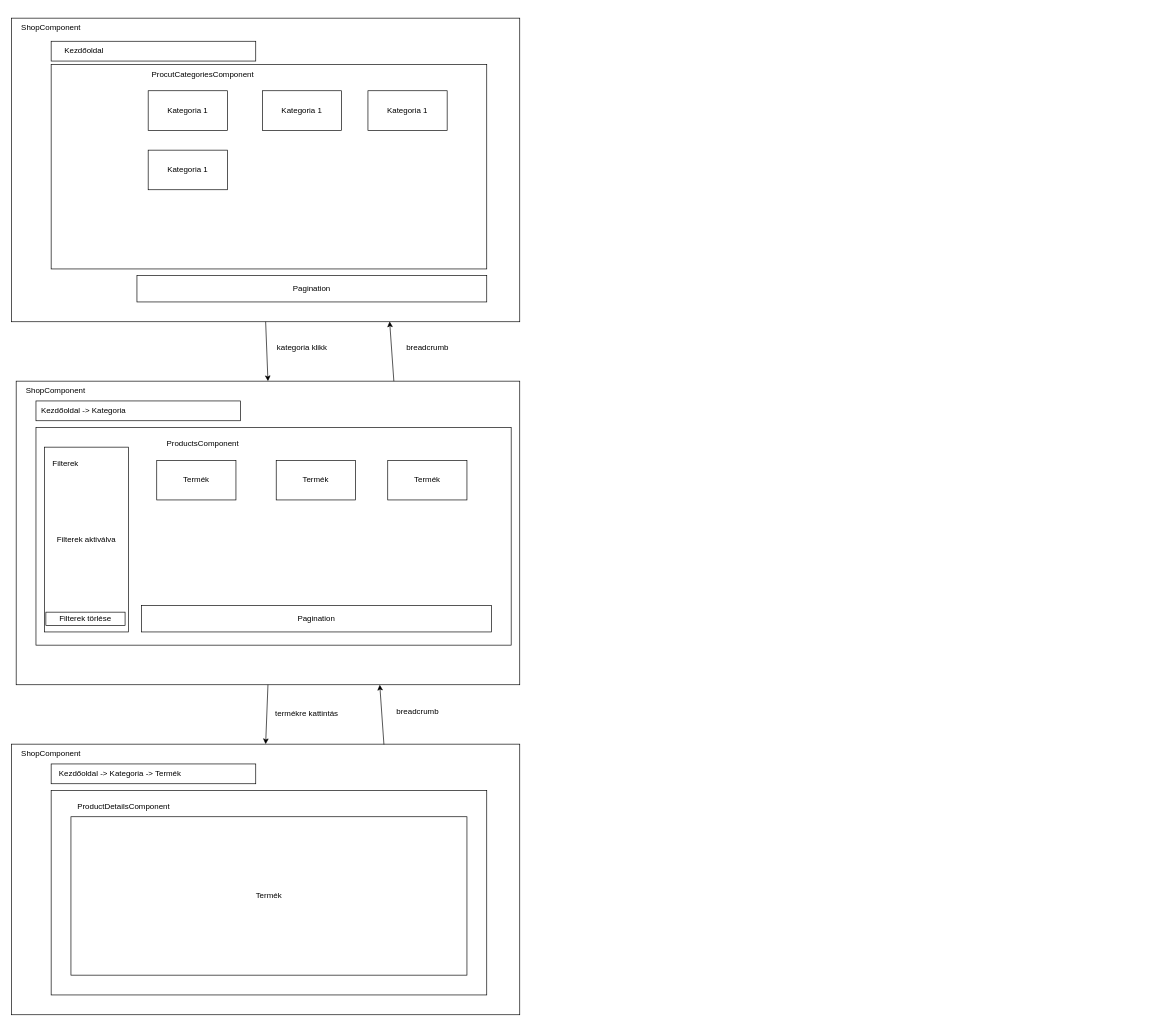
Earlier version of the draw.io diagram page "Shop structure" (3 of 4) of CurlyCircleDiagrams.drawio (Maxtr0n/CurlycircleWebshop). Source tidied: cells renumbered, new cells numbered last; positions are measured from the earlier drawing's top-left corner, leaving out a move shared by most shapes. Both pictures are drawn from the tidied source at 66%, with x=0, y=0 at pixel (11, 18).
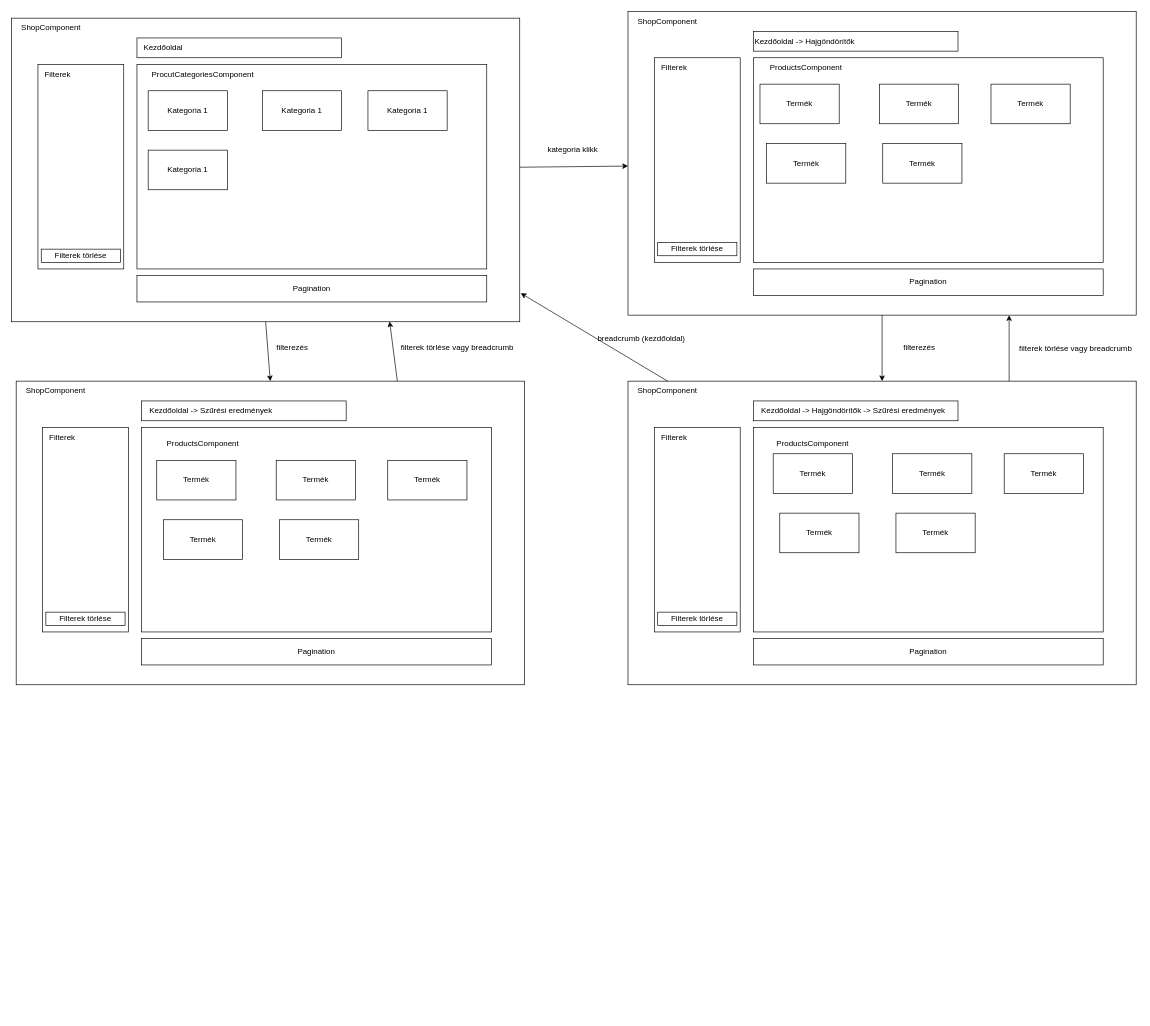
After the change.

Unchanged cells that the change refers to:
```xml
<mxCell id="2" style="rounded=0;whiteSpace=wrap;html=1;" parent="1" vertex="1">
  <mxGeometry width="770" height="460" as="geometry" />
</mxCell>
```

Change to the diagram source:
```diff
@@
+    <mxCell id="41" style="rounded=0;whiteSpace=wrap;html=1;" parent="1" vertex="1">
+      <mxGeometry x="40" y="70" width="130" height="310" as="geometry" />
+    </mxCell>
@@
     <mxCell id="4" style="rounded=0;whiteSpace=wrap;html=1;" parent="1" vertex="1">
-      <mxGeometry x="60" y="70" width="660" height="310" as="geometry" />
+      <mxGeometry x="190" y="70" width="530" height="310" as="geometry" />
     </mxCell>
+    <mxCell id="42" value="Filterek" style="text;html=1;strokeColor=none;fillColor=none;align=center;verticalAlign=middle;whiteSpace=wrap;rounded=0;" parent="1" vertex="1">
+      <mxGeometry x="40" y="70" width="60" height="30" as="geometry" />
+    </mxCell>
     <mxCell id="5" style="rounded=0;whiteSpace=wrap;html=1;" parent="1" vertex="1">
-      <mxGeometry x="60" y="35" width="310" height="30" as="geometry" />
+      <mxGeometry x="190" y="30" width="310" height="30" as="geometry" />
     </mxCell>
     <mxCell id="6" value="Kezdőoldal" style="text;html=1;strokeColor=none;fillColor=none;align=center;verticalAlign=middle;whiteSpace=wrap;rounded=0;" parent="1" vertex="1">
-      <mxGeometry x="80" y="35" width="60" height="30" as="geometry" />
+      <mxGeometry x="200" y="30" width="60" height="30" as="geometry" />
     </mxCell>
@@
+    <mxCell id="43" style="rounded=0;whiteSpace=wrap;html=1;" parent="1" vertex="1">
+      <mxGeometry x="934" y="-10" width="770" height="460" as="geometry" />
+    </mxCell>
+    <mxCell id="44" style="rounded=0;whiteSpace=wrap;html=1;" parent="1" vertex="1">
+      <mxGeometry x="974" y="60" width="130" height="310" as="geometry" />
+    </mxCell>
+    <mxCell id="45" value="ShopComponent" style="text;html=1;strokeColor=none;fillColor=none;align=center;verticalAlign=middle;whiteSpace=wrap;rounded=0;" parent="1" vertex="1">
+      <mxGeometry x="964" y="-10" width="60" height="30" as="geometry" />
+    </mxCell>
+    <mxCell id="46" style="rounded=0;whiteSpace=wrap;html=1;" parent="1" vertex="1">
+      <mxGeometry x="1124" y="60" width="530" height="310" as="geometry" />
+    </mxCell>
+    <mxCell id="47" value="Filterek" style="text;html=1;strokeColor=none;fillColor=none;align=center;verticalAlign=middle;whiteSpace=wrap;rounded=0;" parent="1" vertex="1">
+      <mxGeometry x="974" y="60" width="60" height="30" as="geometry" />
+    </mxCell>
+    <mxCell id="48" style="rounded=0;whiteSpace=wrap;html=1;" parent="1" vertex="1">
+      <mxGeometry x="1124" y="20" width="310" height="30" as="geometry" />
+    </mxCell>
+    <mxCell id="49" value="Kezdőoldal -&amp;gt; Hajgöndörítők" style="text;html=1;strokeColor=none;fillColor=none;align=left;verticalAlign=middle;whiteSpace=wrap;rounded=0;" parent="1" vertex="1">
+      <mxGeometry x="1124" y="20" width="236" height="30" as="geometry" />
+    </mxCell>
+    <mxCell id="50" value="Pagination" style="rounded=0;whiteSpace=wrap;html=1;" parent="1" vertex="1">
+      <mxGeometry x="1124" y="380" width="530" height="40" as="geometry" />
+    </mxCell>
     <mxCell id="8" style="rounded=0;whiteSpace=wrap;html=1;" parent="1" vertex="1">
-      <mxGeometry x="7" y="550" width="763" height="460" as="geometry" />
+      <mxGeometry x="7" y="550" width="770" height="460" as="geometry" />
     </mxCell>
-    <mxCell id="9" style="rounded=0;whiteSpace=wrap;html=1;" parent="1" vertex="1">
-      <mxGeometry x="37" y="620" width="720" height="330" as="geometry" />
-    </mxCell>
-    <mxCell id="10" value="Filterek aktiválva" style="rounded=0;whiteSpace=wrap;html=1;" parent="1" vertex="1">
-      <mxGeometry x="50" y="650" width="127" height="280" as="geometry" />
+    <mxCell id="10" style="rounded=0;whiteSpace=wrap;html=1;" parent="1" vertex="1">
+      <mxGeometry x="47" y="620" width="130" height="310" as="geometry" />
     </mxCell>
@@
+    <mxCell id="9" style="rounded=0;whiteSpace=wrap;html=1;" parent="1" vertex="1">
+      <mxGeometry x="197" y="620" width="530" height="310" as="geometry" />
+    </mxCell>
     <mxCell id="12" value="Filterek" style="text;html=1;strokeColor=none;fillColor=none;align=center;verticalAlign=middle;whiteSpace=wrap;rounded=0;" parent="1" vertex="1">
-      <mxGeometry x="52" y="660" width="60" height="30" as="geometry" />
+      <mxGeometry x="47" y="620" width="60" height="30" as="geometry" />
     </mxCell>
     <mxCell id="13" style="rounded=0;whiteSpace=wrap;html=1;" parent="1" vertex="1">
-      <mxGeometry x="37" y="580" width="310" height="30" as="geometry" />
+      <mxGeometry x="197" y="580" width="310" height="30" as="geometry" />
     </mxCell>
-    <mxCell id="14" value="Kezdőoldal -&amp;gt; Kategoria" style="text;html=1;strokeColor=none;fillColor=none;align=left;verticalAlign=middle;whiteSpace=wrap;rounded=0;" parent="1" vertex="1">
-      <mxGeometry x="43" y="580" width="233" height="30" as="geometry" />
+    <mxCell id="14" value="Kezdőoldal -&amp;gt; Szűrési eredmények" style="text;html=1;strokeColor=none;fillColor=none;align=left;verticalAlign=middle;whiteSpace=wrap;rounded=0;" parent="1" vertex="1">
+      <mxGeometry x="207" y="580" width="233" height="30" as="geometry" />
     </mxCell>
     <mxCell id="15" value="Pagination" style="rounded=0;whiteSpace=wrap;html=1;" parent="1" vertex="1">
-      <mxGeometry x="197" y="890" width="530" height="40" as="geometry" />
+      <mxGeometry x="197" y="940" width="530" height="40" as="geometry" />
     </mxCell>
@@
+    <mxCell id="51" value="Termék" style="rounded=0;whiteSpace=wrap;html=1;" parent="1" vertex="1">
+      <mxGeometry x="1134" y="100" width="120" height="60" as="geometry" />
+    </mxCell>
+    <mxCell id="52" value="Termék" style="rounded=0;whiteSpace=wrap;html=1;" parent="1" vertex="1">
+      <mxGeometry x="1320" y="190" width="120" height="60" as="geometry" />
+    </mxCell>
+    <mxCell id="53" value="Termék" style="rounded=0;whiteSpace=wrap;html=1;" parent="1" vertex="1">
+      <mxGeometry x="1144" y="190" width="120" height="60" as="geometry" />
+    </mxCell>
+    <mxCell id="54" value="Termék" style="rounded=0;whiteSpace=wrap;html=1;" parent="1" vertex="1">
+      <mxGeometry x="1484" y="100" width="120" height="60" as="geometry" />
+    </mxCell>
+    <mxCell id="55" value="Termék" style="rounded=0;whiteSpace=wrap;html=1;" parent="1" vertex="1">
+      <mxGeometry x="1315" y="100" width="120" height="60" as="geometry" />
+    </mxCell>
+    <mxCell id="56" style="endArrow=classic;html=1;rounded=0;" parent="1" edge="1" source="2" target="43">
+      <mxGeometry relative="1" as="geometry" />
+    </mxCell>
+    <mxCell id="57" value="kategoria klikk" style="text;html=1;align=center;verticalAlign=middle;strokeColor=none;fillColor=none;" parent="1" vertex="1">
+      <mxGeometry x="800" y="185" width="100" height="30" as="geometry" />
+    </mxCell>
@@
-    <mxCell id="21" value="kategoria klikk" style="text;html=1;align=center;verticalAlign=middle;strokeColor=none;fillColor=none;" parent="1" vertex="1">
-      <mxGeometry x="390" y="485" width="100" height="30" as="geometry" />
+    <mxCell id="21" value="filterezés" style="text;html=1;align=center;verticalAlign=middle;strokeColor=none;fillColor=none;" parent="1" vertex="1">
+      <mxGeometry x="390" y="485" width="70" height="30" as="geometry" />
     </mxCell>
+    <mxCell id="58" style="rounded=0;whiteSpace=wrap;html=1;" parent="1" vertex="1">
+      <mxGeometry x="934" y="550" width="770" height="460" as="geometry" />
+    </mxCell>
+    <mxCell id="59" style="rounded=0;whiteSpace=wrap;html=1;" parent="1" vertex="1">
+      <mxGeometry x="974" y="620" width="130" height="310" as="geometry" />
+    </mxCell>
+    <mxCell id="60" value="ShopComponent" style="text;html=1;strokeColor=none;fillColor=none;align=center;verticalAlign=middle;whiteSpace=wrap;rounded=0;" parent="1" vertex="1">
+      <mxGeometry x="964" y="550" width="60" height="30" as="geometry" />
+    </mxCell>
+    <mxCell id="61" style="rounded=0;whiteSpace=wrap;html=1;" parent="1" vertex="1">
+      <mxGeometry x="1124" y="620" width="530" height="310" as="geometry" />
+    </mxCell>
+    <mxCell id="62" value="Filterek" style="text;html=1;strokeColor=none;fillColor=none;align=center;verticalAlign=middle;whiteSpace=wrap;rounded=0;" parent="1" vertex="1">
+      <mxGeometry x="974" y="620" width="60" height="30" as="geometry" />
+    </mxCell>
+    <mxCell id="63" style="rounded=0;whiteSpace=wrap;html=1;" parent="1" vertex="1">
+      <mxGeometry x="1124" y="580" width="310" height="30" as="geometry" />
+    </mxCell>
+    <mxCell id="64" value="&lt;span style=&quot;&quot;&gt;Kezdőoldal -&amp;gt; Hajgöndörítők -&amp;gt; Szűrési eredmények&lt;/span&gt;" style="text;html=1;strokeColor=none;fillColor=none;align=left;verticalAlign=middle;whiteSpace=wrap;rounded=0;" parent="1" vertex="1">
+      <mxGeometry x="1134" y="580" width="326" height="30" as="geometry" />
+    </mxCell>
+    <mxCell id="65" value="Pagination" style="rounded=0;whiteSpace=wrap;html=1;" parent="1" vertex="1">
+      <mxGeometry x="1124" y="940" width="530" height="40" as="geometry" />
+    </mxCell>
+    <mxCell id="66" value="filterezés" style="text;html=1;align=center;verticalAlign=middle;strokeColor=none;fillColor=none;" parent="1" vertex="1">
+      <mxGeometry x="1340" y="485" width="70" height="30" as="geometry" />
+    </mxCell>
+    <mxCell id="67" style="endArrow=classic;html=1;rounded=0;exitX=0.5;exitY=1;exitDx=0;exitDy=0;entryX=0.5;entryY=0;entryDx=0;entryDy=0;" parent="1" edge="1" source="43" target="58">
+      <mxGeometry relative="1" as="geometry" />
+    </mxCell>
+    <mxCell id="68" value="Filterek törlése" style="rounded=0;whiteSpace=wrap;html=1;" parent="1" vertex="1">
+      <mxGeometry x="45" y="350" width="120" height="20" as="geometry" />
+    </mxCell>
@@
+    <mxCell id="69" value="Filterek törlése" style="rounded=0;whiteSpace=wrap;html=1;" parent="1" vertex="1">
+      <mxGeometry x="979" y="900" width="120" height="20" as="geometry" />
+    </mxCell>
+    <mxCell id="70" value="Filterek törlése" style="rounded=0;whiteSpace=wrap;html=1;" parent="1" vertex="1">
+      <mxGeometry x="979" y="340" width="120" height="20" as="geometry" />
+    </mxCell>
@@
+    <mxCell id="71" value="ProductsComponent" style="text;html=1;strokeColor=none;fillColor=none;align=center;verticalAlign=middle;whiteSpace=wrap;rounded=0;" parent="1" vertex="1">
+      <mxGeometry x="1134" y="630" width="160" height="30" as="geometry" />
+    </mxCell>
+    <mxCell id="72" value="ProductsComponent" style="text;html=1;strokeColor=none;fillColor=none;align=center;verticalAlign=middle;whiteSpace=wrap;rounded=0;" parent="1" vertex="1">
+      <mxGeometry x="1124" y="60" width="160" height="30" as="geometry" />
+    </mxCell>
@@
+    <mxCell id="73" value="Termék" style="rounded=0;whiteSpace=wrap;html=1;" parent="1" vertex="1">
+      <mxGeometry x="406" y="760" width="120" height="60" as="geometry" />
+    </mxCell>
+    <mxCell id="74" value="Termék" style="rounded=0;whiteSpace=wrap;html=1;" parent="1" vertex="1">
+      <mxGeometry x="230" y="760" width="120" height="60" as="geometry" />
+    </mxCell>
@@
+    <mxCell id="75" value="Termék" style="rounded=0;whiteSpace=wrap;html=1;" parent="1" vertex="1">
+      <mxGeometry x="1154" y="660" width="120" height="60" as="geometry" />
+    </mxCell>
+    <mxCell id="76" value="Termék" style="rounded=0;whiteSpace=wrap;html=1;" parent="1" vertex="1">
+      <mxGeometry x="1340" y="750" width="120" height="60" as="geometry" />
+    </mxCell>
+    <mxCell id="77" value="Termék" style="rounded=0;whiteSpace=wrap;html=1;" parent="1" vertex="1">
+      <mxGeometry x="1164" y="750" width="120" height="60" as="geometry" />
+    </mxCell>
+    <mxCell id="78" value="Termék" style="rounded=0;whiteSpace=wrap;html=1;" parent="1" vertex="1">
+      <mxGeometry x="1504" y="660" width="120" height="60" as="geometry" />
+    </mxCell>
+    <mxCell id="79" value="Termék" style="rounded=0;whiteSpace=wrap;html=1;" parent="1" vertex="1">
+      <mxGeometry x="1335" y="660" width="120" height="60" as="geometry" />
+    </mxCell>
@@
-    <mxCell id="29" value="breadcrumb" style="text;html=1;align=center;verticalAlign=middle;strokeColor=none;fillColor=none;" parent="1" vertex="1">
-      <mxGeometry x="585" y="485" width="90" height="30" as="geometry" />
+    <mxCell id="29" value="filterek törlése vagy breadcrumb" style="text;html=1;align=center;verticalAlign=middle;strokeColor=none;fillColor=none;" parent="1" vertex="1">
+      <mxGeometry x="580" y="485" width="190" height="30" as="geometry" />
     </mxCell>
-    <mxCell id="30" style="rounded=0;whiteSpace=wrap;html=1;" parent="1" vertex="1">
-      <mxGeometry y="1100" width="770" height="410" as="geometry" />
-    </mxCell>
-    <mxCell id="31" value="ShopComponent" style="text;html=1;strokeColor=none;fillColor=none;align=center;verticalAlign=middle;whiteSpace=wrap;rounded=0;" parent="1" vertex="1">
-      <mxGeometry x="30" y="1100" width="60" height="30" as="geometry" />
-    </mxCell>
-    <mxCell id="32" style="rounded=0;whiteSpace=wrap;html=1;" parent="1" vertex="1">
-      <mxGeometry x="60" y="1170" width="660" height="310" as="geometry" />
-    </mxCell>
-    <mxCell id="33" style="rounded=0;whiteSpace=wrap;html=1;" parent="1" vertex="1">
-      <mxGeometry x="60" y="1130" width="310" height="30" as="geometry" />
-    </mxCell>
-    <mxCell id="34" value="Kezdőoldal -&amp;gt; Kategoria -&amp;gt; Termék" style="text;html=1;strokeColor=none;fillColor=none;align=left;verticalAlign=middle;whiteSpace=wrap;rounded=0;" parent="1" vertex="1">
-      <mxGeometry x="70" y="1130" width="233" height="30" as="geometry" />
-    </mxCell>
-    <mxCell id="35" value="ProductDetailsComponent" style="text;html=1;strokeColor=none;fillColor=none;align=center;verticalAlign=middle;whiteSpace=wrap;rounded=0;" parent="1" vertex="1">
-      <mxGeometry x="90" y="1180" width="160" height="30" as="geometry" />
-    </mxCell>
-    <mxCell id="36" value="Termék" style="rounded=0;whiteSpace=wrap;html=1;" parent="1" vertex="1">
-      <mxGeometry x="90" y="1210" width="600" height="240" as="geometry" />
-    </mxCell>
-    <mxCell id="37" style="endArrow=classic;html=1;rounded=0;exitX=0.5;exitY=1;exitDx=0;exitDy=0;entryX=0.5;entryY=0;entryDx=0;entryDy=0;" parent="1" edge="1" source="8" target="30">
-      <mxGeometry relative="1" as="geometry" />
-    </mxCell>
-    <mxCell id="38" value="termékre kattintás" style="text;html=1;align=center;verticalAlign=middle;strokeColor=none;fillColor=none;" parent="1" vertex="1">
-      <mxGeometry x="387" y="1039" width="120" height="30" as="geometry" />
-    </mxCell>
-    <mxCell id="39" style="endArrow=classic;html=1;rounded=0;exitX=0.75;exitY=0;exitDx=0;exitDy=0;entryX=0.744;entryY=0.999;entryDx=0;entryDy=0;entryPerimeter=0;" parent="1" edge="1">
-      <mxGeometry relative="1" as="geometry">
-        <mxPoint x="564.2" y="1100.5" as="sourcePoint" />
-        <mxPoint x="557.9" y="1010" as="targetPoint" />
-      </mxGeometry>
-    </mxCell>
-    <mxCell id="40" value="breadcrumb" style="text;html=1;align=center;verticalAlign=middle;strokeColor=none;fillColor=none;" parent="1" vertex="1">
-      <mxGeometry x="570" y="1035.5" width="90" height="30" as="geometry" />
-    </mxCell>
+    <mxCell id="80" style="endArrow=classic;html=1;rounded=0;exitX=0.75;exitY=0;exitDx=0;exitDy=0;entryX=0.75;entryY=1;entryDx=0;entryDy=0;" parent="1" edge="1" source="58" target="43">
+      <mxGeometry relative="1" as="geometry" />
+    </mxCell>
+    <mxCell id="81" value="filterek törlése vagy breadcrumb" style="text;html=1;align=center;verticalAlign=middle;strokeColor=none;fillColor=none;" parent="1" vertex="1">
+      <mxGeometry x="1517.1" y="485.5" width="190" height="30" as="geometry" />
+    </mxCell>
+    <mxCell id="82" style="endArrow=classic;html=1;rounded=0;entryX=1.002;entryY=0.906;entryDx=0;entryDy=0;entryPerimeter=0;exitX=0.5;exitY=0;exitDx=0;exitDy=0;" parent="1" edge="1" source="60" target="2">
+      <mxGeometry relative="1" as="geometry" />
+    </mxCell>
+    <mxCell id="83" value="breadcrumb (kezdőoldal)" style="text;html=1;align=center;verticalAlign=middle;strokeColor=none;fillColor=none;" parent="1" vertex="1">
+      <mxGeometry x="874" y="470" width="160" height="30" as="geometry" />
+    </mxCell>
```
